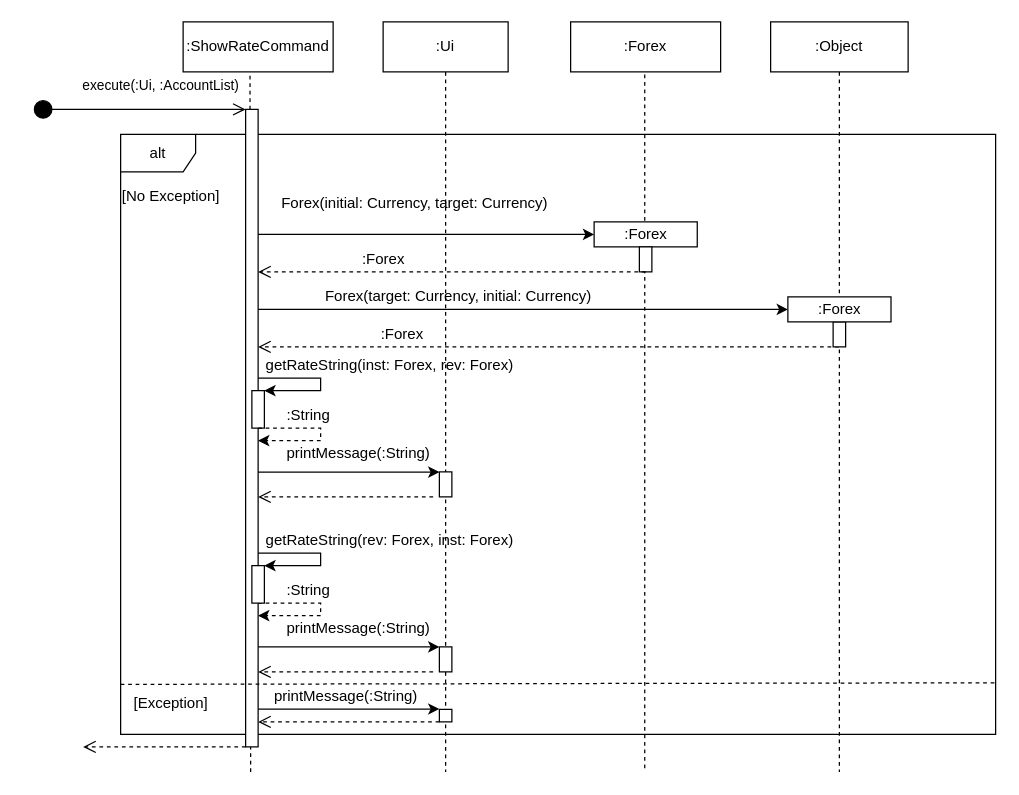
woowenjun99/tp keeps this draw.io diagram as docs/diagrams/ShowRateSeqDiagram.drawio. Above is the earlier version. Source tidied: cells renumbered, new cells numbered last; positions are measured from the earlier drawing's top-left corner, leaving out a move shared by most shapes. Both pictures are drawn from the tidied source at 125%, with x=0, y=0 at pixel (32, 21).
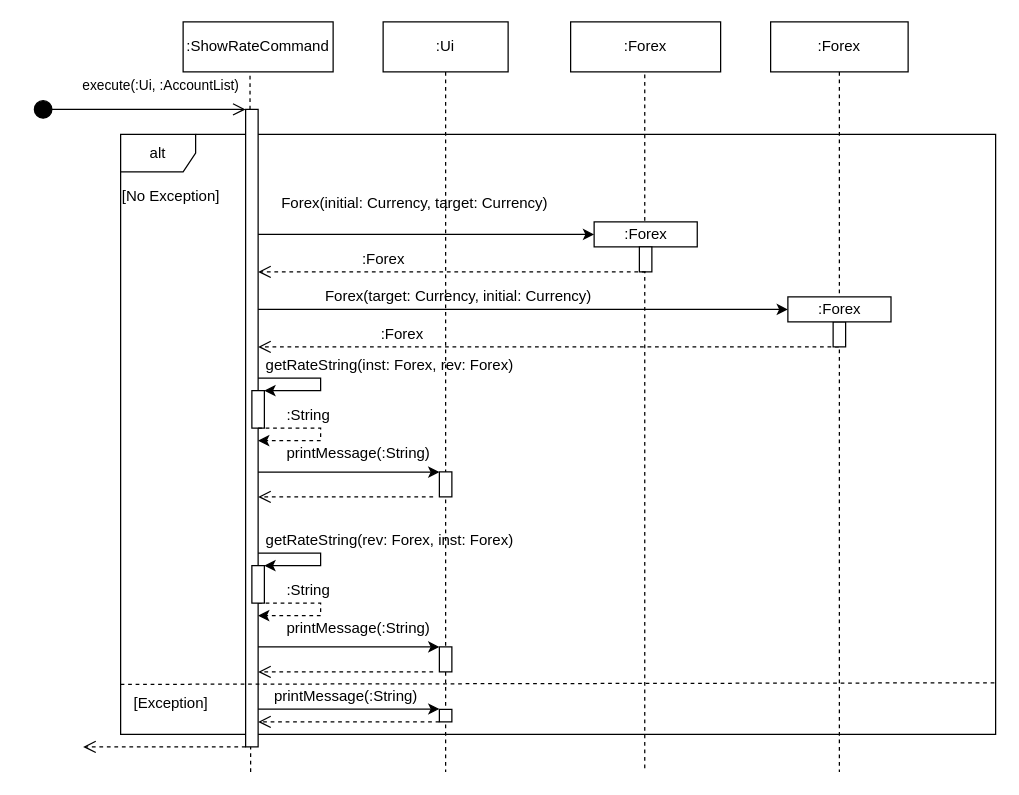
After the change.

Commit message (it also covers changes not shown here):
Add name to entity in show rate sequence diagram

What changed in the source:
```diff
@@
-    <mxCell id="26" value=":Object" style="shape=umlLifeline;perimeter=lifelinePerimeter;whiteSpace=wrap;html=1;outlineConnect=0;portConstraint=eastwest;newEdgeStyle={&quot;edgeStyle&quot;:&quot;elbowEdgeStyle&quot;,&quot;elbow&quot;:&quot;vertical&quot;,&quot;curved&quot;:0,&quot;rounded&quot;:0};" parent="1" vertex="1">
+    <mxCell id="26" value=":Forex" style="shape=umlLifeline;perimeter=lifelinePerimeter;whiteSpace=wrap;html=1;outlineConnect=0;portConstraint=eastwest;newEdgeStyle={&quot;edgeStyle&quot;:&quot;elbowEdgeStyle&quot;,&quot;elbow&quot;:&quot;vertical&quot;,&quot;curved&quot;:0,&quot;rounded&quot;:0};" parent="1" vertex="1">
       <mxGeometry x="590" width="110" height="600" as="geometry" />
     </mxCell>
```
